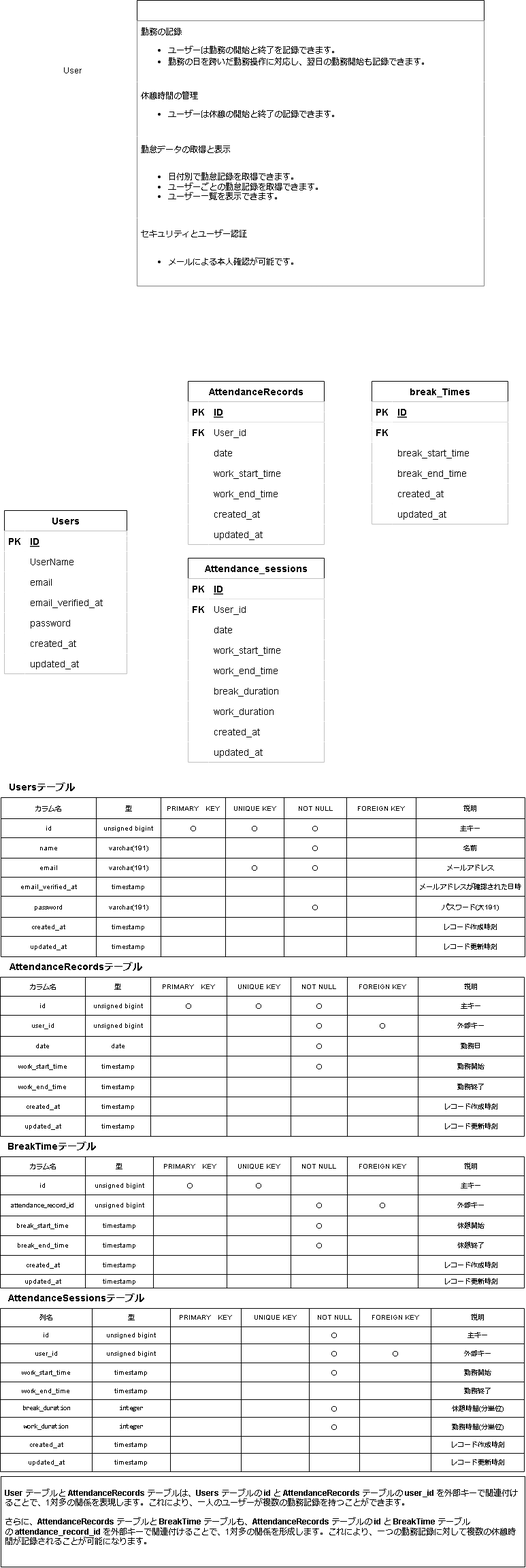
ponponmama/20240625-erika_hara-atte keeps this draw.io diagram as atte.drawio.png. Above is the earlier version. Source tidied: cells renumbered, new cells last; positions are measured from the earlier drawing's top-left corner, leaving out a move shared by most shapes.
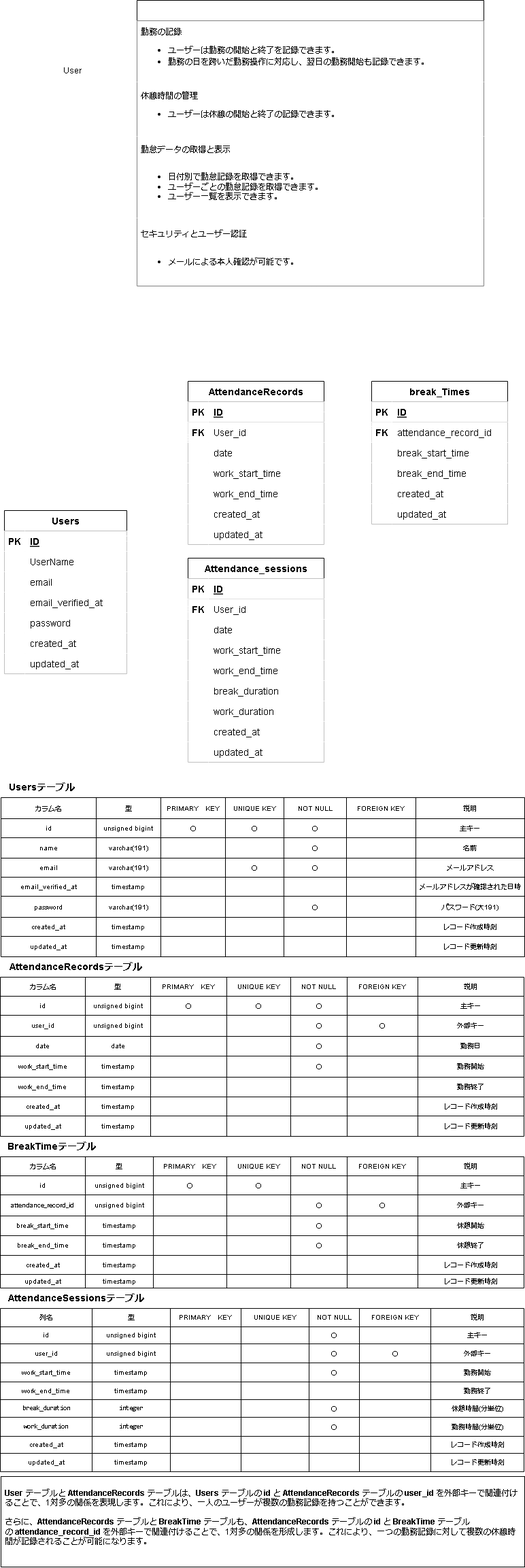
After the change.

Commit message:
文字色の修正

Change to the diagram source:
```diff
@@ -236,7 +236,7 @@
     <mxCell id="79" style="shape=partialRectangle;fillColor=default;top=0;left=0;bottom=0;right=0;overflow=hidden;fontSize=14;" parent="78" vertex="1">
       <mxGeometry width="30" height="30" as="geometry" />
     </mxCell>
-    <mxCell id="80" value="attendance_record_id" style="shape=partialRectangle;fillColor=default;top=0;left=0;bottom=0;right=0;align=left;spacingLeft=6;overflow=hidden;fontSize=14;fontColor=#FFFFFF;" parent="78" vertex="1">
+    <mxCell id="80" value="attendance_record_id" style="shape=partialRectangle;fillColor=default;top=0;left=0;bottom=0;right=0;align=left;spacingLeft=6;overflow=hidden;fontSize=14;fontColor=default;" parent="78" vertex="1">
       <mxGeometry x="30" width="170" height="30" as="geometry" />
     </mxCell>
     <mxCell id="81" style="shape=tableRow;horizontal=0;startSize=0;swimlaneHead=0;swimlaneBody=0;fillColor=default;top=0;left=0;right=0;bottom=0;fontSize=14;" parent="74" vertex="1">
@@ -245,7 +245,7 @@
     <mxCell id="82" style="shape=partialRectangle;fillColor=default;top=0;left=0;bottom=0;right=0;overflow=hidden;fontSize=14;" parent="81" vertex="1">
       <mxGeometry width="30" height="30" as="geometry" />
     </mxCell>
-    <mxCell id="83" value="break_start_time" style="shape=partialRectangle;fillColor=default;top=0;left=0;bottom=0;right=0;align=left;spacingLeft=6;overflow=hidden;fontSize=14;" parent="81" vertex="1">
+    <mxCell id="83" value="break_start_time" style="shape=partialRectangle;fillColor=default;top=0;left=0;bottom=0;right=0;align=left;spacingLeft=6;overflow=hidden;fontSize=14;fontColor=default;" parent="81" vertex="1">
       <mxGeometry x="30" width="170" height="30" as="geometry" />
     </mxCell>
     <mxCell id="84" style="shape=tableRow;horizontal=0;startSize=0;swimlaneHead=0;swimlaneBody=0;fillColor=default;top=0;left=0;right=0;bottom=0;fontSize=14;" parent="74" vertex="1">
@@ -272,7 +272,7 @@
     <mxCell id="91" style="shape=partialRectangle;fillColor=default;top=0;left=0;bottom=0;right=0;overflow=hidden;fontSize=14;" parent="90" vertex="1">
       <mxGeometry width="30" height="30" as="geometry" />
     </mxCell>
-    <mxCell id="92" value="updated_at" style="shape=partialRectangle;fillColor=default;top=0;left=0;bottom=0;right=0;align=left;spacingLeft=6;overflow=hidden;fontSize=14;" parent="90" vertex="1">
+    <mxCell id="92" value="updated_at" style="shape=partialRectangle;fillColor=default;top=0;left=0;bottom=0;right=0;align=left;spacingLeft=6;overflow=hidden;fontSize=14;fontColor=default;" parent="90" vertex="1">
       <mxGeometry x="30" width="170" height="30" as="geometry" />
     </mxCell>
     <mxCell id="93" style="edgeStyle=entityRelationEdgeStyle;fontSize=12;html=1;endArrow=ERmany;fontColor=#FFFFFF;endFill=0;startArrow=none;startFill=0;exitX=1;exitY=0.25;exitDx=0;exitDy=0;entryX=1;entryY=0.25;entryDx=0;entryDy=0;strokeColor=#FFFFFF;" parent="1" edge="1" source="5" target="96">
```
